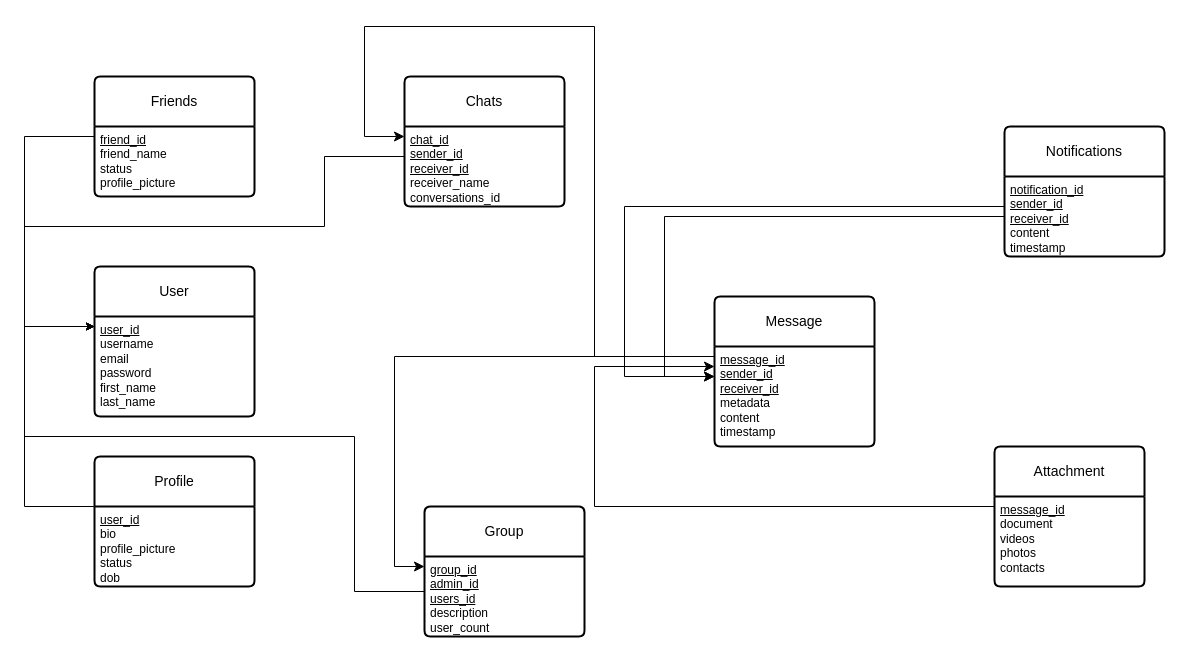
Vishwanath61/21CS210-DBMS-LAB keeps this draw.io diagram as Draw.io/Drawio for Record/schema.drawio. Above is the earlier version. Source tidied: cells renumbered, new cells numbered last; positions are measured from the earlier drawing's top-left corner, leaving out a move shared by most shapes. Both pictures are drawn from the tidied source at 100%, with x=0, y=0 at pixel (24, 26).
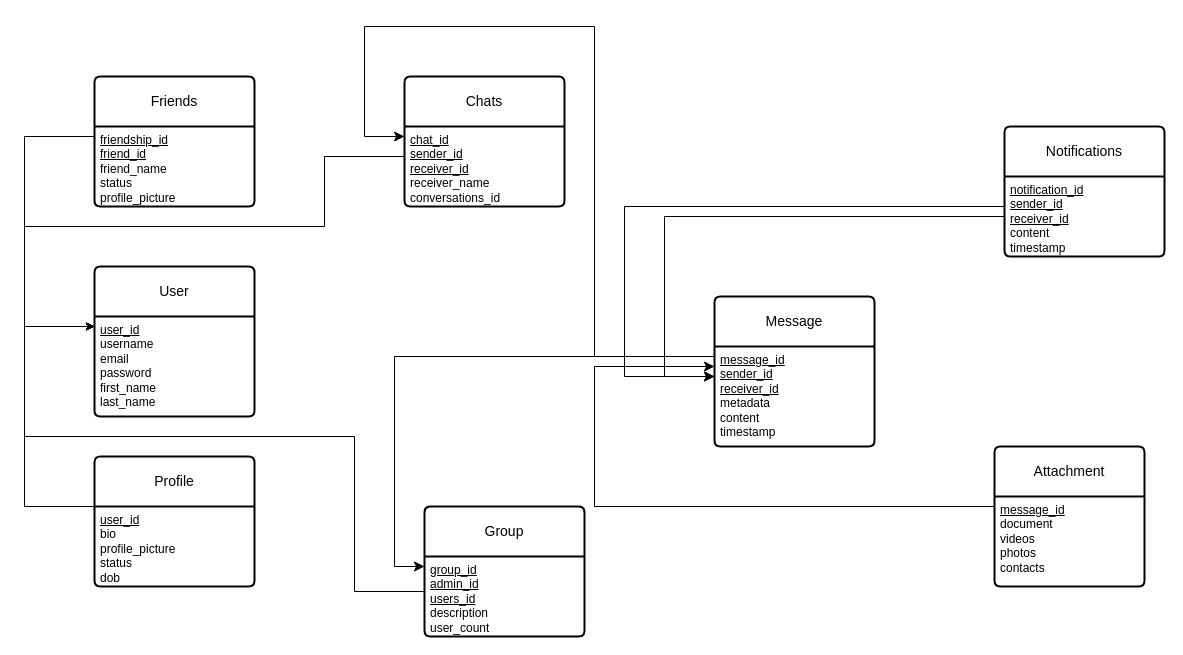
The same page after the edit.

The edit, as a diff of the source:
```diff
@@
     <mxCell id="8" value="Friends" style="swimlane;horizontal=1;startSize=50;rounded=1;fontSize=14;fontStyle=0;strokeWidth=2;shadow=0;dashed=0;align=center;arcSize=4;whiteSpace=wrap;html=1;" parent="1" vertex="1">
-      <mxGeometry x="70" y="50" width="160" height="120" as="geometry" />
+      <mxGeometry x="70" y="50" width="160" height="130" as="geometry" />
     </mxCell>
-    <mxCell id="9" value="&lt;u&gt;friend_id&lt;/u&gt;&lt;br&gt;friend_name&lt;br&gt;status&lt;br&gt;profile_picture" style="align=left;strokeColor=none;fillColor=none;spacingLeft=4;fontSize=12;verticalAlign=top;html=1;" parent="8" vertex="1">
-      <mxGeometry y="50" width="160" height="70" as="geometry" />
+    <mxCell id="9" value="&lt;u&gt;friendship_id&lt;br&gt;friend_id&lt;/u&gt;&lt;br&gt;friend_name&lt;br&gt;status&lt;br&gt;profile_picture" style="align=left;strokeColor=none;fillColor=none;spacingLeft=4;fontSize=12;verticalAlign=top;html=1;" parent="8" vertex="1">
+      <mxGeometry y="50" width="160" height="80" as="geometry" />
     </mxCell>
```
